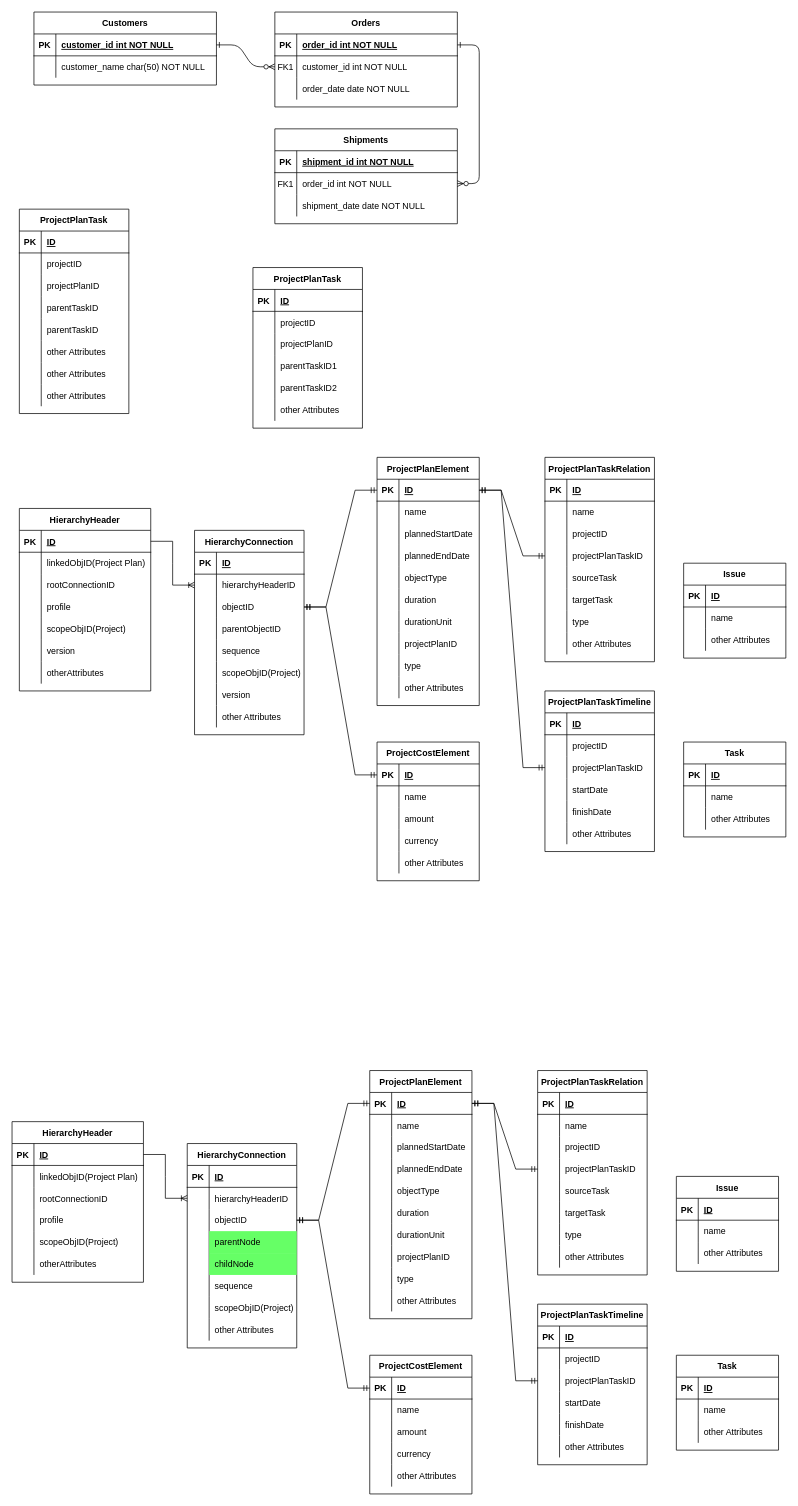
This is EntityDiagram.drawio from I302201/CPAPP, a draw.io file, before an edit. Source tidied: cells renumbered, new cells numbered last; positions are measured from the earlier drawing's top-left corner, leaving out a move shared by most shapes. Both pictures are drawn from the tidied source at 73%, with x=0, y=0 at pixel (12, 12).
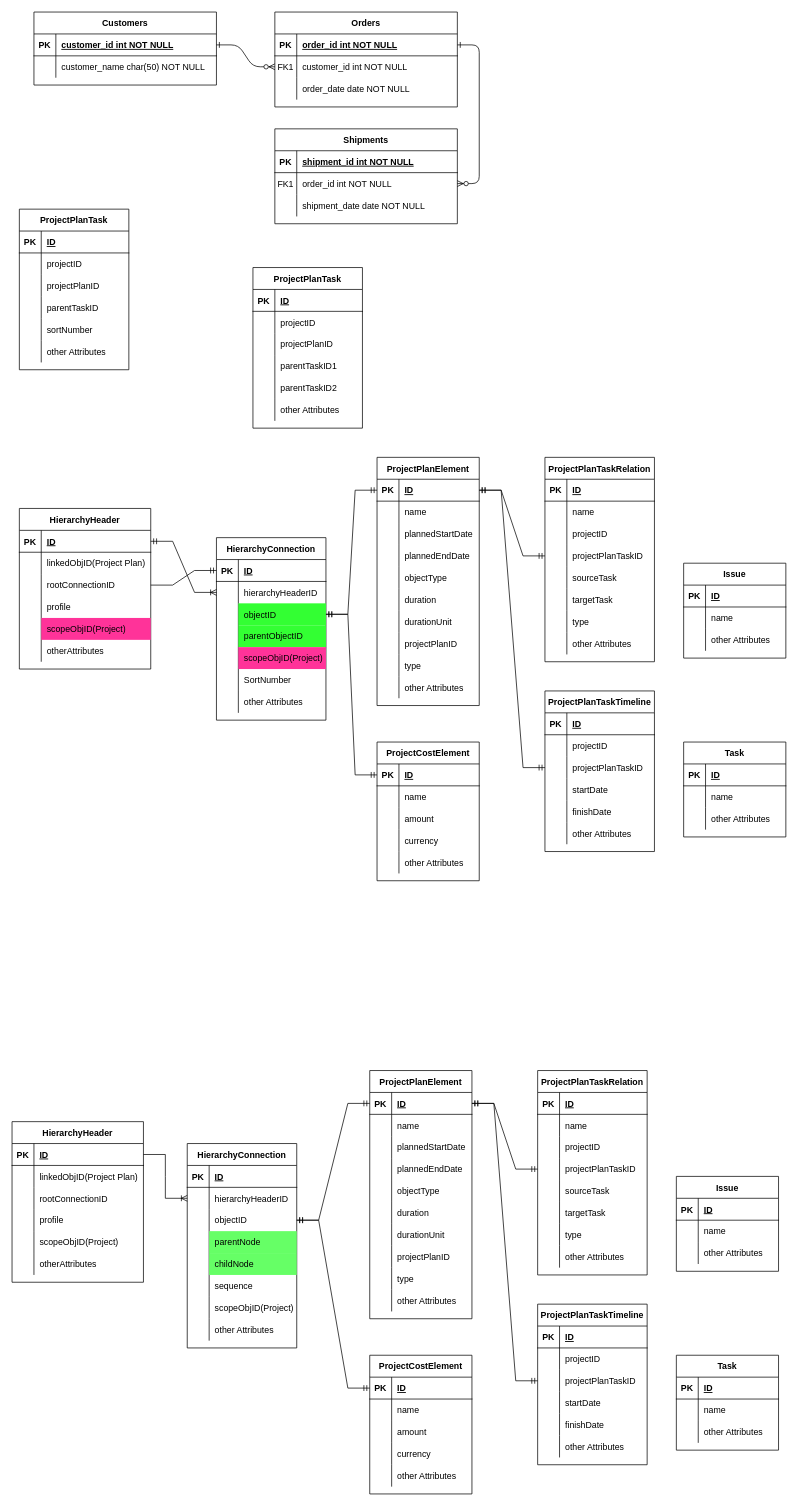
The same page after the edit.

Unchanged cells that the change refers to:
```xml
<mxCell id="44" style="shape=partialRectangle;fillColor=none;top=0;left=0;right=0;bottom=0;" parent="31" vertex="1">
  <mxGeometry y="150" width="150" height="30" as="geometry" />
</mxCell>
<mxCell id="76" style="shape=partialRectangle;fillColor=none;points=[[0,0.5],[1,0.5]];portConstraint=eastwest;top=0;left=0;right=0;bottom=1;" parent="75" vertex="1">
  <mxGeometry y="30" width="180" height="30" as="geometry" />
</mxCell>
<mxCell id="82" style="shape=partialRectangle;fillColor=none;points=[[0,0.5],[1,0.5]];portConstraint=eastwest;top=0;left=0;right=0;bottom=0;" parent="75" vertex="1">
  <mxGeometry y="90" width="180" height="30" as="geometry" />
</mxCell>
<mxCell id="88" style="shape=partialRectangle;fillColor=none;top=0;left=0;right=0;bottom=0;" parent="75" vertex="1">
  <mxGeometry y="150" width="180" height="30" as="geometry" />
</mxCell>
<mxCell id="98" style="shape=partialRectangle;fillColor=none;points=[[0,0.5],[1,0.5]];portConstraint=eastwest;top=0;left=0;right=0;bottom=1;" parent="97" vertex="1">
  <mxGeometry y="30" width="150" height="30" as="geometry" />
</mxCell>
<mxCell id="101" style="shape=partialRectangle;fillColor=none;points=[[0,0.5],[1,0.5]];portConstraint=eastwest;top=0;left=0;right=0;bottom=0;" parent="97" vertex="1">
  <mxGeometry y="60" width="150" height="30" as="geometry" />
</mxCell>
<mxCell id="104" style="shape=partialRectangle;fillColor=none;points=[[0,0.5],[1,0.5]];portConstraint=eastwest;top=0;left=0;right=0;bottom=0;" parent="97" vertex="1">
  <mxGeometry y="90" width="150" height="30" as="geometry" />
</mxCell>
<mxCell id="107" style="shape=partialRectangle;fillColor=none;top=0;left=0;right=0;bottom=0;" parent="97" vertex="1">
  <mxGeometry y="120" width="150" height="30" as="geometry" />
</mxCell>
```

The edit, as a diff of the source:
```diff
@@
     <mxCell id="31" value="ProjectPlanTask" style="shape=table;startSize=30;childLayout=tableLayout;rowLines=0;fontStyle=1;align=center;" parent="1" vertex="1">
-      <mxGeometry x="10" y="270" width="150" height="280" as="geometry" />
+      <mxGeometry x="10" y="270" width="150" height="220" as="geometry" />
     </mxCell>
@@
-    <mxCell id="46" value="parentTaskID" style="shape=partialRectangle;overflow=hidden;fillColor=none;top=0;left=0;bottom=0;right=0;align=left;spacingLeft=6;" parent="44" vertex="1">
+    <mxCell id="46" value="sortNumber" style="shape=partialRectangle;overflow=hidden;fillColor=none;top=0;left=0;bottom=0;right=0;align=left;spacingLeft=6;" parent="44" vertex="1">
       <mxGeometry x="30" width="120" height="30" as="geometry" />
     </mxCell>
@@
-    <mxCell id="50" style="shape=partialRectangle;fillColor=none;top=0;left=0;right=0;bottom=0;" parent="31" vertex="1">
-      <mxGeometry y="210" width="150" height="30" as="geometry" />
-    </mxCell>
-    <mxCell id="51" style="shape=partialRectangle;overflow=hidden;fillColor=none;top=0;left=0;bottom=0;right=0;" parent="50" vertex="1">
-      <mxGeometry width="30" height="30" as="geometry" />
-    </mxCell>
-    <mxCell id="52" value="other Attributes" style="shape=partialRectangle;overflow=hidden;fillColor=none;top=0;left=0;bottom=0;right=0;align=left;spacingLeft=6;" parent="50" vertex="1">
-      <mxGeometry x="30" width="120" height="30" as="geometry" />
-    </mxCell>
-    <mxCell id="53" style="shape=partialRectangle;fillColor=none;top=0;left=0;right=0;bottom=0;" parent="31" vertex="1">
-      <mxGeometry y="240" width="150" height="30" as="geometry" />
-    </mxCell>
-    <mxCell id="54" style="shape=partialRectangle;overflow=hidden;fillColor=none;top=0;left=0;bottom=0;right=0;" parent="53" vertex="1">
-      <mxGeometry width="30" height="30" as="geometry" />
-    </mxCell>
-    <mxCell id="55" value="other Attributes" style="shape=partialRectangle;overflow=hidden;fillColor=none;top=0;left=0;bottom=0;right=0;align=left;spacingLeft=6;" parent="53" vertex="1">
-      <mxGeometry x="30" width="120" height="30" as="geometry" />
-    </mxCell>
@@
     <mxCell id="75" value="HierarchyHeader" style="shape=table;startSize=30;childLayout=tableLayout;rowLines=0;fontStyle=1;align=center;" parent="1" vertex="1">
-      <mxGeometry x="10" y="680" width="180" height="250" as="geometry" />
+      <mxGeometry x="10" y="680" width="180" height="220" as="geometry" />
     </mxCell>
@@
-    <mxCell id="90" value="scopeObjID(Project)" style="shape=partialRectangle;overflow=hidden;fillColor=none;top=0;left=0;bottom=0;right=0;align=left;spacingLeft=6;" parent="88" vertex="1">
+    <mxCell id="90" value="scopeObjID(Project)" style="shape=partialRectangle;overflow=hidden;fillColor=#FF3399;top=0;left=0;bottom=0;right=0;align=left;spacingLeft=6;" parent="88" vertex="1">
       <mxGeometry x="30" width="150" height="30" as="geometry" />
     </mxCell>
-    <mxCell id="91" style="shape=partialRectangle;fillColor=none;top=0;left=0;right=0;bottom=0;" parent="75" vertex="1">
-      <mxGeometry y="180" width="180" height="30" as="geometry" />
-    </mxCell>
-    <mxCell id="92" style="shape=partialRectangle;overflow=hidden;fillColor=none;top=0;left=0;bottom=0;right=0;" parent="91" vertex="1">
-      <mxGeometry width="30" height="30" as="geometry" />
-    </mxCell>
-    <mxCell id="93" value="version" style="shape=partialRectangle;overflow=hidden;fillColor=none;top=0;left=0;bottom=0;right=0;align=left;spacingLeft=6;" parent="91" vertex="1">
-      <mxGeometry x="30" width="150" height="30" as="geometry" />
-    </mxCell>
     <mxCell id="94" style="shape=partialRectangle;fillColor=none;top=0;left=0;right=0;bottom=0;" parent="75" vertex="1">
-      <mxGeometry y="210" width="180" height="30" as="geometry" />
+      <mxGeometry y="180" width="180" height="30" as="geometry" />
     </mxCell>
@@
     <mxCell id="97" value="HierarchyConnection" style="shape=table;startSize=30;childLayout=tableLayout;rowLines=0;fontStyle=1;align=center;" parent="1" vertex="1">
-      <mxGeometry x="250" y="710" width="150" height="280" as="geometry" />
+      <mxGeometry x="280" y="720" width="150" height="250" as="geometry" />
     </mxCell>
@@
-    <mxCell id="106" value="objectID" style="shape=partialRectangle;overflow=hidden;fillColor=none;top=0;left=0;bottom=0;right=0;align=left;spacingLeft=6;" parent="104" vertex="1">
+    <mxCell id="106" value="objectID" style="shape=partialRectangle;overflow=hidden;fillColor=#33FF33;top=0;left=0;bottom=0;right=0;align=left;spacingLeft=6;" parent="104" vertex="1">
       <mxGeometry x="30" width="120" height="30" as="geometry" />
     </mxCell>
@@
-    <mxCell id="109" value="parentObjectID" style="shape=partialRectangle;overflow=hidden;fillColor=none;top=0;left=0;bottom=0;right=0;align=left;spacingLeft=6;" parent="107" vertex="1">
+    <mxCell id="109" value="parentObjectID" style="shape=partialRectangle;overflow=hidden;fillColor=#33FF33;top=0;left=0;bottom=0;right=0;align=left;spacingLeft=6;" parent="107" vertex="1">
       <mxGeometry x="30" width="120" height="30" as="geometry" />
     </mxCell>
-    <mxCell id="110" style="shape=partialRectangle;fillColor=none;top=0;left=0;right=0;bottom=0;" parent="97" vertex="1">
-      <mxGeometry y="150" width="150" height="30" as="geometry" />
-    </mxCell>
-    <mxCell id="111" style="shape=partialRectangle;overflow=hidden;fillColor=none;top=0;left=0;bottom=0;right=0;" parent="110" vertex="1">
-      <mxGeometry width="30" height="30" as="geometry" />
-    </mxCell>
-    <mxCell id="112" value="sequence" style="shape=partialRectangle;overflow=hidden;fillColor=none;top=0;left=0;bottom=0;right=0;align=left;spacingLeft=6;" parent="110" vertex="1">
-      <mxGeometry x="30" width="120" height="30" as="geometry" />
-    </mxCell>
     <mxCell id="113" style="shape=partialRectangle;fillColor=none;top=0;left=0;right=0;bottom=0;" parent="97" vertex="1">
-      <mxGeometry y="180" width="150" height="30" as="geometry" />
+      <mxGeometry y="150" width="150" height="30" as="geometry" />
     </mxCell>
@@
-    <mxCell id="115" value="scopeObjID(Project)" style="shape=partialRectangle;overflow=hidden;fillColor=none;top=0;left=0;bottom=0;right=0;align=left;spacingLeft=6;" parent="113" vertex="1">
+    <mxCell id="115" value="scopeObjID(Project)" style="shape=partialRectangle;overflow=hidden;fillColor=#FF3399;top=0;left=0;bottom=0;right=0;align=left;spacingLeft=6;" parent="113" vertex="1">
       <mxGeometry x="30" width="120" height="30" as="geometry" />
     </mxCell>
-    <mxCell id="116" style="shape=partialRectangle;fillColor=none;top=0;left=0;right=0;bottom=0;" parent="97" vertex="1">
-      <mxGeometry y="210" width="150" height="30" as="geometry" />
-    </mxCell>
-    <mxCell id="117" style="shape=partialRectangle;overflow=hidden;fillColor=none;top=0;left=0;bottom=0;right=0;" parent="116" vertex="1">
-      <mxGeometry width="30" height="30" as="geometry" />
-    </mxCell>
-    <mxCell id="118" value="version" style="shape=partialRectangle;overflow=hidden;fillColor=none;top=0;left=0;bottom=0;right=0;align=left;spacingLeft=6;" parent="116" vertex="1">
-      <mxGeometry x="30" width="120" height="30" as="geometry" />
-    </mxCell>
     <mxCell id="119" style="shape=partialRectangle;fillColor=none;top=0;left=0;right=0;bottom=0;" parent="97" vertex="1">
-      <mxGeometry y="240" width="150" height="30" as="geometry" />
+      <mxGeometry y="180" width="150" height="30" as="geometry" />
     </mxCell>
@@
-    <mxCell id="121" value="other Attributes" style="shape=partialRectangle;overflow=hidden;fillColor=none;top=0;left=0;bottom=0;right=0;align=left;spacingLeft=6;" parent="119" vertex="1">
+    <mxCell id="121" value="SortNumber" style="shape=partialRectangle;overflow=hidden;fillColor=none;top=0;left=0;bottom=0;right=0;align=left;spacingLeft=6;" parent="119" vertex="1">
       <mxGeometry x="30" width="120" height="30" as="geometry" />
     </mxCell>
-    <mxCell id="122" style="edgeStyle=entityRelationEdgeStyle;fontSize=12;html=1;endArrow=ERoneToMany;rounded=0;entryX=0;entryY=0.5;entryDx=0;entryDy=0;exitX=1;exitY=0.5;exitDx=0;exitDy=0;" parent="1" edge="1" source="76" target="101">
-      <mxGeometry relative="1" as="geometry" />
-    </mxCell>
+    <mxCell id="398" style="shape=partialRectangle;fillColor=none;top=0;left=0;right=0;bottom=0;" parent="97" vertex="1">
+      <mxGeometry y="210" width="150" height="30" as="geometry" />
+    </mxCell>
+    <mxCell id="399" style="shape=partialRectangle;overflow=hidden;fillColor=none;top=0;left=0;bottom=0;right=0;" parent="398" vertex="1">
+      <mxGeometry width="30" height="30" as="geometry" />
+    </mxCell>
+    <mxCell id="400" value="other Attributes" style="shape=partialRectangle;overflow=hidden;fillColor=none;top=0;left=0;bottom=0;right=0;align=left;spacingLeft=6;" parent="398" vertex="1">
+      <mxGeometry x="30" width="120" height="30" as="geometry" />
+    </mxCell>
@@
+    <mxCell id="122" style="edgeStyle=entityRelationEdgeStyle;fontSize=12;html=1;endArrow=ERoneToMany;startArrow=ERmandOne;rounded=0;exitX=1;exitY=0.5;exitDx=0;exitDy=0;" parent="1" edge="1" source="76" target="101">
+      <mxGeometry relative="1" as="geometry" />
+    </mxCell>
+    <mxCell id="401" style="edgeStyle=entityRelationEdgeStyle;fontSize=12;html=1;endArrow=ERmandOne;rounded=0;exitX=1;exitY=0.5;exitDx=0;exitDy=0;entryX=0;entryY=0.5;entryDx=0;entryDy=0;" parent="1" edge="1" source="82" target="98">
+      <mxGeometry relative="1" as="geometry" />
+    </mxCell>
```
